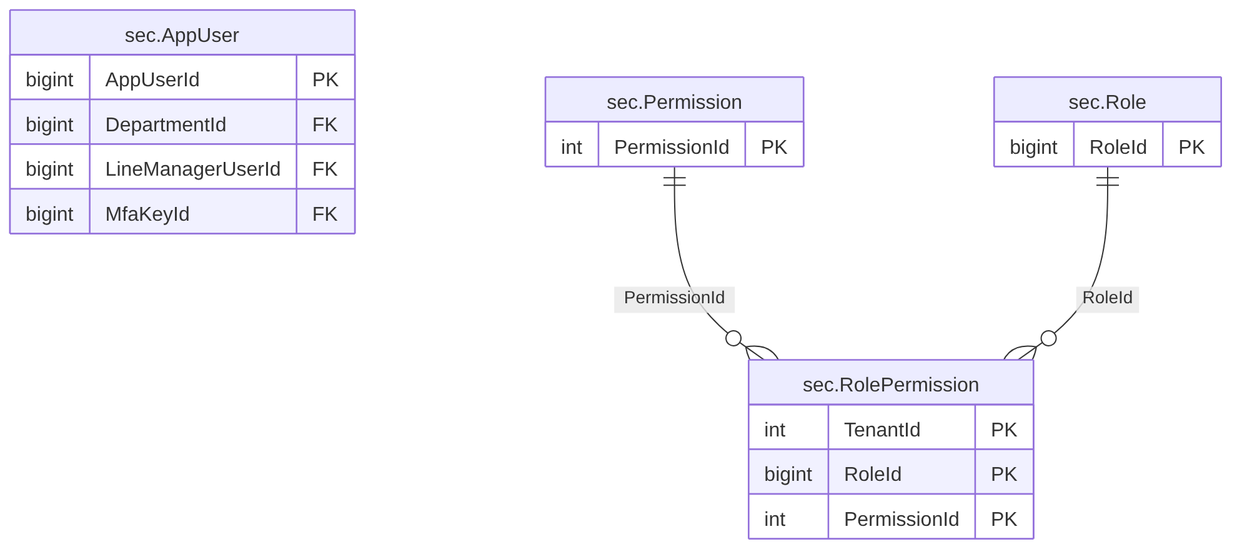
Above: treasury-platform/docs/diagrams/erd/m0_identity_1.png in thawrasy/smartlines (Mermaid), before the change. Its source is kept beside it as treasury-platform/docs/diagrams/erd/m0_identity_1.mmd.
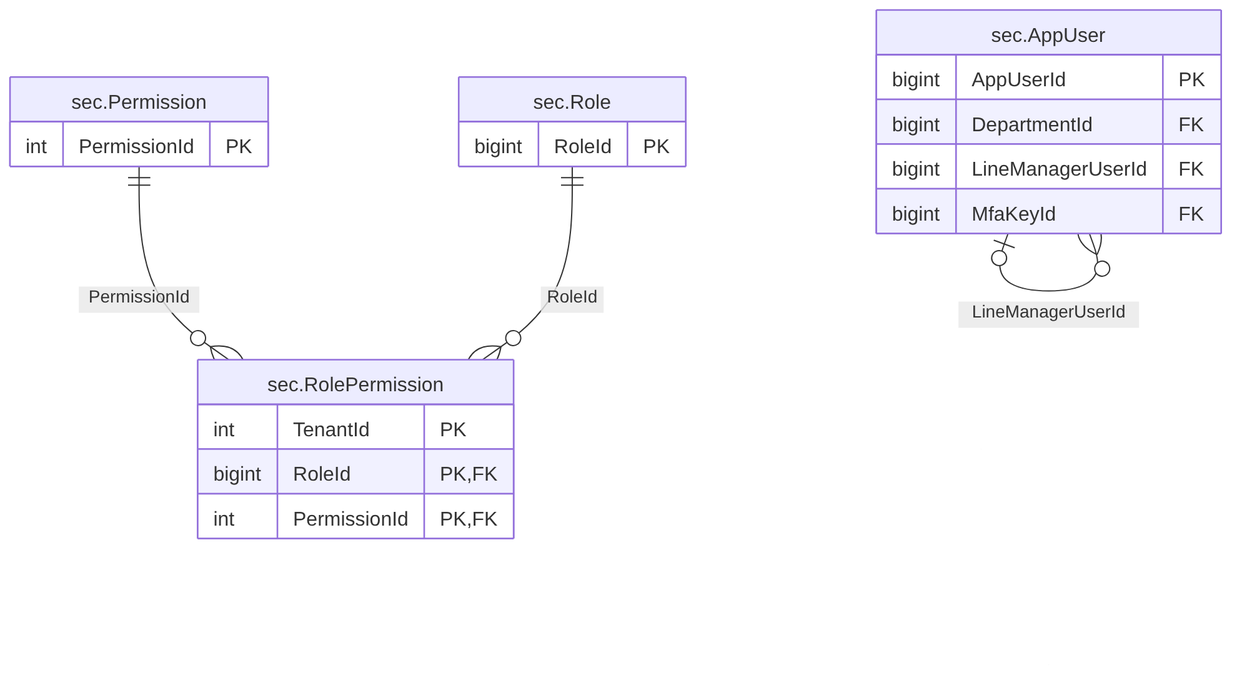
Above is the later version.

Diff of the diagram source:
```diff
@@ -13,8 +13,9 @@
   }
   sec_RolePermission["sec.RolePermission"] {
     int TenantId PK
-    bigint RoleId PK
-    int PermissionId PK
+    bigint RoleId PK, FK
+    int PermissionId PK, FK
   }
+  sec_AppUser |o--o{ sec_AppUser : "LineManagerUserId"
   sec_Permission ||--o{ sec_RolePermission : "PermissionId"
   sec_Role ||--o{ sec_RolePermission : "RoleId"
```
